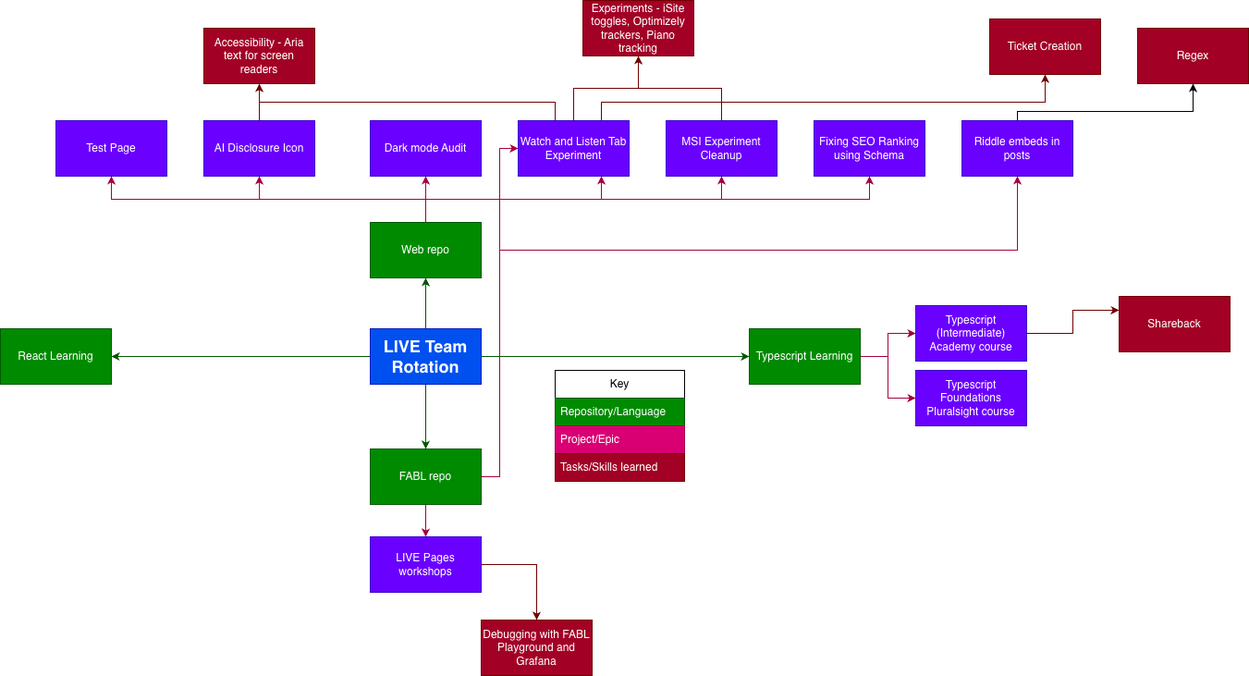
The draw.io diagram LIVE Mindmap.drawio.png in HalimahH-BBC/Mindmap, before a commit. Source tidied: cells renumbered, new cells last; positions are measured from the earlier drawing's top-left corner, leaving out a move shared by most shapes.
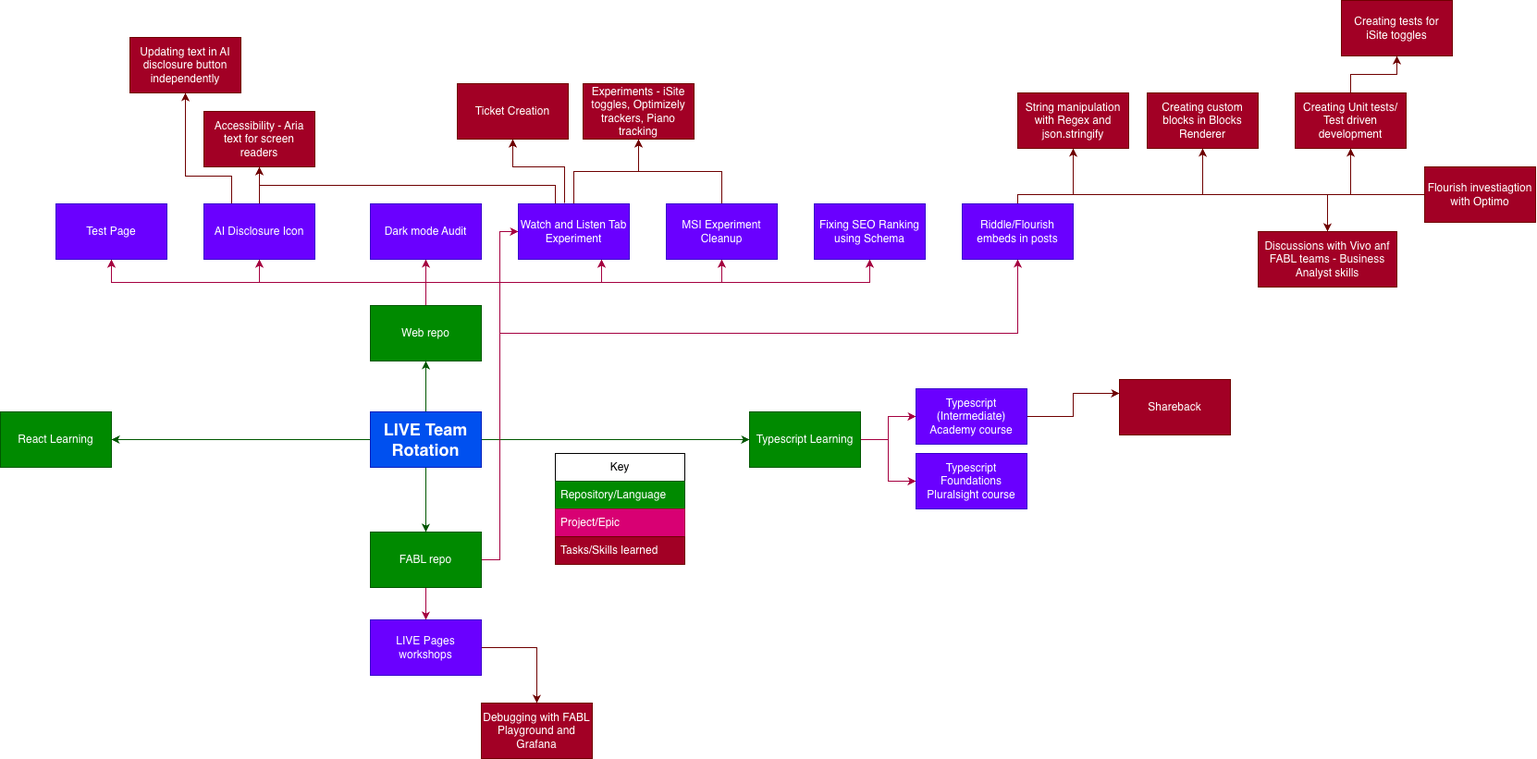
After the change.

Diff of the diagram source:
```diff
@@ -63,6 +63,14 @@
     <mxCell id="19" style="edgeStyle=orthogonalEdgeStyle;rounded=0;jettySize=auto;html=1;exitX=0.5;exitY=0;exitDx=0;exitDy=0;entryX=0.5;entryY=1;entryDx=0;entryDy=0;fillColor=#a20025;strokeColor=#6F0000;" parent="1" edge="1" source="20" target="25">
       <mxGeometry relative="1" as="geometry" />
     </mxCell>
+    <mxCell id="50" style="edgeStyle=orthogonalEdgeStyle;rounded=0;jettySize=auto;html=1;exitX=0.25;exitY=0;exitDx=0;exitDy=0;entryX=0.5;entryY=1;entryDx=0;entryDy=0;fillColor=#a20025;strokeColor=#6F0000;" parent="1" edge="1" source="20" target="60">
+      <mxGeometry relative="1" as="geometry">
+        <Array as="points">
+          <mxPoint x="250" y="100" />
+          <mxPoint x="200" y="100" />
+        </Array>
+      </mxGeometry>
+    </mxCell>
     <mxCell id="20" value="AI Disclosure Icon" style="rounded=0;whiteSpace=wrap;html=1;fillColor=#6a00ff;strokeColor=#3700CC;fontColor=#ffffff;" parent="1" vertex="1">
       <mxGeometry x="220" y="130" width="120" height="60" as="geometry" />
     </mxCell>
@@ -98,11 +106,11 @@
         </Array>
       </mxGeometry>
     </mxCell>
-    <mxCell id="28" style="edgeStyle=orthogonalEdgeStyle;rounded=0;jettySize=auto;html=1;exitX=0.75;exitY=0;exitDx=0;exitDy=0;entryX=0.5;entryY=1;entryDx=0;entryDy=0;fillColor=#a20025;strokeColor=#6F0000;" parent="1" edge="1" source="30" target="44">
+    <mxCell id="28" style="edgeStyle=orthogonalEdgeStyle;rounded=0;jettySize=auto;html=1;exitX=0.417;exitY=-0.017;exitDx=0;exitDy=0;entryX=0.5;entryY=1;entryDx=0;entryDy=0;fillColor=#a20025;strokeColor=#6F0000;exitPerimeter=0;" parent="1" edge="1" source="30" target="44">
       <mxGeometry relative="1" as="geometry">
         <Array as="points">
-          <mxPoint x="650" y="110" />
-          <mxPoint x="1130" y="110" />
+          <mxPoint x="610" y="90" />
+          <mxPoint x="554" y="90" />
         </Array>
       </mxGeometry>
     </mxCell>
@@ -142,25 +150,57 @@
     <mxCell id="40" value="Debugging with FABL Playground and Grafana" style="rounded=0;whiteSpace=wrap;html=1;fillColor=#a20025;strokeColor=#6F0000;fontColor=#ffffff;" parent="1" vertex="1">
       <mxGeometry x="520" y="670" width="120" height="60" as="geometry" />
     </mxCell>
-    <mxCell id="41" style="edgeStyle=orthogonalEdgeStyle;rounded=0;jettySize=auto;html=1;exitX=0.5;exitY=0;exitDx=0;exitDy=0;entryX=0.5;entryY=1;entryDx=0;entryDy=0;" parent="1" edge="1" source="42" target="45">
+    <mxCell id="41" style="edgeStyle=orthogonalEdgeStyle;rounded=0;jettySize=auto;html=1;exitX=0.5;exitY=0;exitDx=0;exitDy=0;entryX=0.5;entryY=1;entryDx=0;entryDy=0;fillColor=#a20025;strokeColor=#6F0000;" parent="1" edge="1" source="42" target="45">
       <mxGeometry relative="1" as="geometry">
         <Array as="points">
           <mxPoint x="1100" y="120" />
-          <mxPoint x="1290" y="120" />
+          <mxPoint x="1160" y="120" />
         </Array>
       </mxGeometry>
     </mxCell>
+    <mxCell id="51" style="edgeStyle=orthogonalEdgeStyle;rounded=0;jettySize=auto;html=1;exitX=0.5;exitY=0;exitDx=0;exitDy=0;entryX=0.5;entryY=1;entryDx=0;entryDy=0;fillColor=#a20025;strokeColor=#6F0000;" parent="1" edge="1" source="42" target="55">
+      <mxGeometry relative="1" as="geometry">
+        <Array as="points">
+          <mxPoint x="1100" y="120" />
+          <mxPoint x="1300" y="120" />
+        </Array>
+      </mxGeometry>
+    </mxCell>
+    <mxCell id="52" style="edgeStyle=orthogonalEdgeStyle;rounded=0;jettySize=auto;html=1;exitX=0.5;exitY=0;exitDx=0;exitDy=0;entryX=0.5;entryY=1;entryDx=0;entryDy=0;fillColor=#a20025;strokeColor=#6F0000;" parent="1" edge="1" source="42" target="57">
+      <mxGeometry relative="1" as="geometry">
+        <Array as="points">
+          <mxPoint x="1100" y="120" />
+          <mxPoint x="1460" y="120" />
+        </Array>
+      </mxGeometry>
+    </mxCell>
+    <mxCell id="53" style="edgeStyle=orthogonalEdgeStyle;rounded=0;jettySize=auto;html=1;exitX=0.5;exitY=0;exitDx=0;exitDy=0;entryX=0;entryY=0.5;entryDx=0;entryDy=0;fillColor=#a20025;strokeColor=#6F0000;" parent="1" edge="1" source="42" target="59">
+      <mxGeometry relative="1" as="geometry">
+        <Array as="points">
+          <mxPoint x="1100" y="120" />
+          <mxPoint x="1580" y="120" />
+        </Array>
+      </mxGeometry>
+    </mxCell>
+    <mxCell id="54" style="edgeStyle=orthogonalEdgeStyle;rounded=0;jettySize=auto;html=1;exitX=0.5;exitY=0;exitDx=0;exitDy=0;entryX=0.5;entryY=0;entryDx=0;entryDy=0;fillColor=#a20025;strokeColor=#6F0000;" parent="1" edge="1" source="42" target="61">
+      <mxGeometry relative="1" as="geometry">
+        <Array as="points">
+          <mxPoint x="1100" y="120" />
+          <mxPoint x="1435" y="120" />
+        </Array>
+      </mxGeometry>
+    </mxCell>
-    <mxCell id="42" value="Riddle embeds in posts" style="rounded=0;whiteSpace=wrap;html=1;fillColor=#6a00ff;strokeColor=#3700CC;fontColor=#ffffff;" parent="1" vertex="1">
+    <mxCell id="42" value="Riddle/Flourish embeds in posts" style="rounded=0;whiteSpace=wrap;html=1;fillColor=#6a00ff;strokeColor=#3700CC;fontColor=#ffffff;" parent="1" vertex="1">
       <mxGeometry x="1040" y="130" width="120" height="60" as="geometry" />
     </mxCell>
     <mxCell id="43" value="Typescript Foundations Pluralsight course" style="rounded=0;whiteSpace=wrap;html=1;fillColor=#6a00ff;strokeColor=#3700CC;fontColor=#ffffff;" parent="1" vertex="1">
       <mxGeometry x="990" y="400" width="120" height="60" as="geometry" />
     </mxCell>
     <mxCell id="44" value="Ticket Creation" style="rounded=0;whiteSpace=wrap;html=1;fillColor=#a20025;strokeColor=#6F0000;fontColor=#ffffff;" parent="1" vertex="1">
-      <mxGeometry x="1070" y="20" width="120" height="60" as="geometry" />
+      <mxGeometry x="494" width="120" height="60" as="geometry" />
     </mxCell>
-    <mxCell id="45" value="Regex" style="rounded=0;whiteSpace=wrap;html=1;fillColor=#a20025;fontColor=#ffffff;strokeColor=#6F0000;" parent="1" vertex="1">
-      <mxGeometry x="1230" y="30" width="120" height="60" as="geometry" />
+    <mxCell id="45" value="String manipulation with Regex and json.stringify" style="rounded=0;whiteSpace=wrap;html=1;fillColor=#a20025;fontColor=#ffffff;strokeColor=#6F0000;" parent="1" vertex="1">
+      <mxGeometry x="1100" y="10" width="120" height="60" as="geometry" />
     </mxCell>
     <mxCell id="46" value="Key" style="swimlane;fontStyle=0;horizontal=1;startSize=30;whiteSpace=wrap;html=1;" parent="1" vertex="1">
       <mxGeometry x="600" y="400" width="140" height="120" as="geometry" />
@@ -174,5 +214,26 @@
     <mxCell id="49" value="Tasks/Skills learned" style="text;strokeColor=#6F0000;fillColor=#a20025;align=left;verticalAlign=middle;spacingLeft=4;spacingRight=4;overflow=hidden;whiteSpace=wrap;html=1;fontColor=#ffffff;" parent="46" vertex="1">
       <mxGeometry y="90" width="140" height="30" as="geometry" />
     </mxCell>
+    <mxCell id="55" value="Creating custom blocks in Blocks Renderer" style="rounded=0;whiteSpace=wrap;html=1;fillColor=#a20025;fontColor=#ffffff;strokeColor=#6F0000;" parent="1" vertex="1">
+      <mxGeometry x="1240" y="10" width="120" height="60" as="geometry" />
+    </mxCell>
+    <mxCell id="56" style="edgeStyle=orthogonalEdgeStyle;rounded=0;jettySize=auto;html=1;exitX=0.5;exitY=0;exitDx=0;exitDy=0;entryX=0.5;entryY=1;entryDx=0;entryDy=0;fillColor=#a20025;strokeColor=#6F0000;" parent="1" edge="1" source="57" target="58">
+      <mxGeometry relative="1" as="geometry" />
+    </mxCell>
+    <mxCell id="57" value="Creating Unit tests/ Test driven development" style="rounded=0;whiteSpace=wrap;html=1;fillColor=#a20025;fontColor=#ffffff;strokeColor=#6F0000;" parent="1" vertex="1">
+      <mxGeometry x="1400" y="10" width="120" height="60" as="geometry" />
+    </mxCell>
+    <mxCell id="58" value="Creating tests for iSite toggles" style="rounded=0;whiteSpace=wrap;html=1;fillColor=#a20025;fontColor=#ffffff;strokeColor=#6F0000;" parent="1" vertex="1">
+      <mxGeometry x="1450" y="-90" width="120" height="60" as="geometry" />
+    </mxCell>
+    <mxCell id="59" value="Flourish investiagtion with Optimo" style="rounded=0;whiteSpace=wrap;html=1;fillColor=#a20025;fontColor=#ffffff;strokeColor=#6F0000;" parent="1" vertex="1">
+      <mxGeometry x="1540" y="90" width="120" height="60" as="geometry" />
+    </mxCell>
+    <mxCell id="60" value="Updating text in AI disclosure button independently" style="rounded=0;whiteSpace=wrap;html=1;fillColor=#a20025;fontColor=#ffffff;strokeColor=#6F0000;" parent="1" vertex="1">
+      <mxGeometry x="140" y="-50" width="120" height="60" as="geometry" />
+    </mxCell>
+    <mxCell id="61" value="Discussions with Vivo anf FABL teams - Business Analyst skills" style="rounded=0;whiteSpace=wrap;html=1;fillColor=#a20025;fontColor=#ffffff;strokeColor=#6F0000;" parent="1" vertex="1">
+      <mxGeometry x="1360" y="160" width="150" height="60" as="geometry" />
+    </mxCell>
   </root>
 </mxGraphModel>
```
